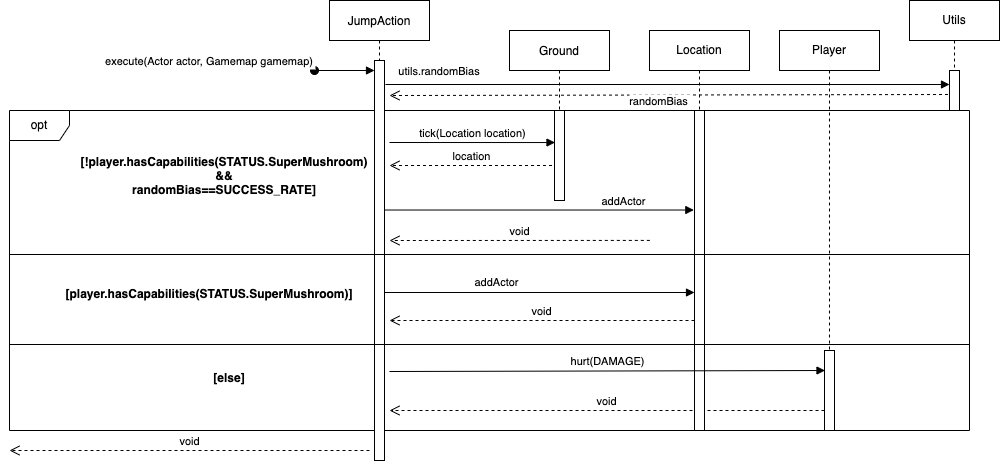
The draw.io diagram design-docs/REQ2_sequencediagram.png in syedzubinhafiz/supermario, before a commit. Source tidied: cells renumbered, new cells last; positions are measured from the earlier drawing's top-left corner, leaving out a move shared by most shapes.
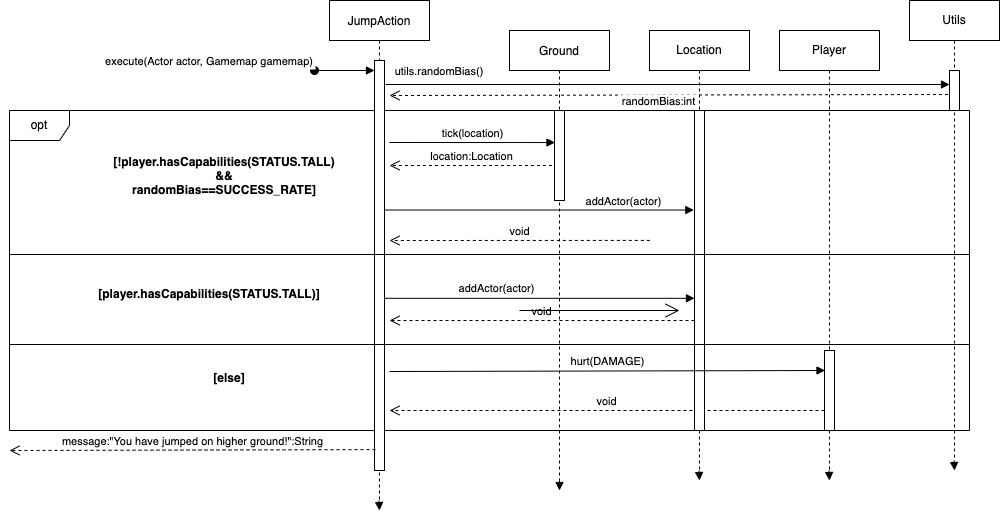
After the commit.

Commit message:
sequence diagrams for req1&2 done

What changed in the source:
```diff
@@ -6,10 +6,10 @@
       <mxGeometry y="110" width="960" height="320" as="geometry" />
     </mxCell>
     <mxCell id="3" value="JumpAction" style="shape=umlLifeline;perimeter=lifelinePerimeter;rounded=0;shadow=0;strokeWidth=1;" parent="1" vertex="1">
-      <mxGeometry x="320" width="100" height="460" as="geometry" />
+      <mxGeometry x="320" width="100" height="500" as="geometry" />
     </mxCell>
     <mxCell id="4" style="points=[];perimeter=orthogonalPerimeter;rounded=0;shadow=0;strokeWidth=1;" parent="3" vertex="1">
-      <mxGeometry x="45" y="60" width="10" height="400" as="geometry" />
+      <mxGeometry x="45" y="60" width="10" height="410" as="geometry" />
     </mxCell>
     <mxCell id="5" value="execute(Actor actor, Gamemap gamemap)" style="verticalAlign=bottom;startArrow=oval;endArrow=block;startSize=8;shadow=0;strokeWidth=1;" parent="3" edge="1" target="4">
       <mxGeometry x="-1" y="-105" relative="1" as="geometry">
@@ -28,32 +28,32 @@
       </mxGeometry>
     </mxCell>
     <mxCell id="8" value="Ground" style="shape=umlLifeline;perimeter=lifelinePerimeter;rounded=0;shadow=0;strokeWidth=1;" parent="1" vertex="1">
-      <mxGeometry x="500" y="30" width="100" height="170" as="geometry" />
+      <mxGeometry x="500" y="30" width="100" height="450" as="geometry" />
     </mxCell>
     <mxCell id="9" style="points=[];perimeter=orthogonalPerimeter;rounded=0;shadow=0;strokeWidth=1;" parent="8" vertex="1">
       <mxGeometry x="45" y="80" width="10" height="90" as="geometry" />
     </mxCell>
-    <mxCell id="10" value="[!player.hasCapabilities(STATUS.SuperMushroom)&#10;&amp;&amp;&#10;randomBias==SUCCESS_RATE]" style="text;align=center;fontStyle=1;verticalAlign=middle;spacingLeft=3;spacingRight=3;strokeColor=none;" parent="1" vertex="1">
+    <mxCell id="10" value="[!player.hasCapabilities(STATUS.TALL)&#10;&amp;&amp;&#10;randomBias==SUCCESS_RATE]" style="text;align=center;fontStyle=1;verticalAlign=middle;spacingLeft=3;spacingRight=3;strokeColor=none;" parent="1" vertex="1">
       <mxGeometry x="180" y="170" width="70" height="10" as="geometry" />
     </mxCell>
     <mxCell id="11" value="Location" style="shape=umlLifeline;perimeter=lifelinePerimeter;whiteSpace=wrap;html=1;outlineConnect=0;" parent="1" vertex="1">
-      <mxGeometry x="640" y="30" width="100" height="400" as="geometry" />
+      <mxGeometry x="640" y="30" width="100" height="440" as="geometry" />
     </mxCell>
     <mxCell id="12" style="html=1;points=[];perimeter=orthogonalPerimeter;" parent="11" vertex="1">
       <mxGeometry x="45" y="80" width="10" height="320" as="geometry" />
     </mxCell>
-    <mxCell id="13" value="location" style="html=1;verticalAlign=bottom;endArrow=open;dashed=1;endSize=8;rounded=0;exitX=-0.25;exitY=0.611;exitDx=0;exitDy=0;exitPerimeter=0;" parent="1" edge="1" source="9">
+    <mxCell id="13" value="location:Location" style="html=1;verticalAlign=bottom;endArrow=open;dashed=1;endSize=8;rounded=0;exitX=-0.25;exitY=0.611;exitDx=0;exitDy=0;exitPerimeter=0;" parent="1" edge="1" source="9">
       <mxGeometry relative="1" as="geometry">
         <mxPoint x="380" y="165" as="targetPoint" />
       </mxGeometry>
     </mxCell>
-    <mxCell id="14" value="tick(Location location)" style="html=1;verticalAlign=bottom;endArrow=block;rounded=0;entryX=0.05;entryY=0.356;entryDx=0;entryDy=0;entryPerimeter=0;" parent="1" edge="1" target="9">
+    <mxCell id="14" value="tick(location)" style="html=1;verticalAlign=bottom;endArrow=block;rounded=0;entryX=0.05;entryY=0.356;entryDx=0;entryDy=0;entryPerimeter=0;" parent="1" edge="1" target="9">
       <mxGeometry relative="1" as="geometry">
         <mxPoint x="380" y="142" as="sourcePoint" />
       </mxGeometry>
     </mxCell>
     <mxCell id="15" value="Player" style="shape=umlLifeline;perimeter=lifelinePerimeter;whiteSpace=wrap;html=1;outlineConnect=0;" parent="1" vertex="1">
-      <mxGeometry x="770" y="30" width="100" height="400" as="geometry" />
+      <mxGeometry x="770" y="30" width="100" height="440" as="geometry" />
     </mxCell>
     <mxCell id="16" style="html=1;points=[];perimeter=orthogonalPerimeter;" parent="15" vertex="1">
       <mxGeometry x="45" y="320" width="10" height="80" as="geometry" />
@@ -64,11 +64,11 @@
     <mxCell id="18" style="line;strokeWidth=1;fillColor=none;align=left;verticalAlign=middle;spacingTop=-1;spacingLeft=3;spacingRight=3;labelPosition=right;" parent="1" vertex="1">
       <mxGeometry y="340" width="960" height="8" as="geometry" />
     </mxCell>
-    <mxCell id="19" value="addActor" style="html=1;verticalAlign=bottom;endArrow=block;rounded=0;exitX=1;exitY=0.58;exitDx=0;exitDy=0;exitPerimeter=0;" parent="1" edge="1" source="4" target="12">
+    <mxCell id="19" value="addActor(actor)" style="html=1;verticalAlign=bottom;endArrow=block;rounded=0;exitX=1;exitY=0.58;exitDx=0;exitDy=0;exitPerimeter=0;" parent="1" edge="1" source="4" target="12">
       <mxGeometry x="-0.28" y="1" relative="1" as="geometry" />
     </mxCell>
     <mxCell id="20" value="Utils" style="shape=umlLifeline;perimeter=lifelinePerimeter;whiteSpace=wrap;html=1;outlineConnect=0;" parent="1" vertex="1">
-      <mxGeometry x="900" width="90" height="110" as="geometry" />
+      <mxGeometry x="900" width="90" height="460" as="geometry" />
     </mxCell>
     <mxCell id="21" style="html=1;points=[];perimeter=orthogonalPerimeter;" parent="20" vertex="1">
       <mxGeometry x="40" y="70" width="10" height="40" as="geometry" />
@@ -76,10 +76,10 @@
     <mxCell id="22" value="[else]" style="text;align=center;fontStyle=1;verticalAlign=middle;spacingLeft=3;spacingRight=3;strokeColor=none;" parent="1" vertex="1">
       <mxGeometry x="180" y="364" width="80" height="26" as="geometry" />
     </mxCell>
-    <mxCell id="23" value="[player.hasCapabilities(STATUS.SuperMushroom)]" style="text;align=center;fontStyle=1;verticalAlign=middle;spacingLeft=3;spacingRight=3;strokeColor=none;" parent="1" vertex="1">
+    <mxCell id="23" value="[player.hasCapabilities(STATUS.TALL)]" style="text;align=center;fontStyle=1;verticalAlign=middle;spacingLeft=3;spacingRight=3;strokeColor=none;" parent="1" vertex="1">
       <mxGeometry x="160" y="280" width="80" height="26" as="geometry" />
     </mxCell>
-    <mxCell id="24" value="addActor" style="html=1;verticalAlign=bottom;endArrow=block;rounded=0;entryX=-0.067;entryY=0.311;entryDx=0;entryDy=0;entryPerimeter=0;" parent="1" edge="1" source="4" target="12">
+    <mxCell id="24" value="addActor(actor)" style="html=1;verticalAlign=bottom;endArrow=block;rounded=0;entryX=-0.067;entryY=0.311;entryDx=0;entryDy=0;entryPerimeter=0;" parent="1" edge="1" source="4" target="12">
       <mxGeometry x="0.55" relative="1" as="geometry" />
     </mxCell>
     <mxCell id="25" value="hurt(DAMAGE)" style="html=1;verticalAlign=bottom;endArrow=block;rounded=0;entryX=0.05;entryY=0.25;entryDx=0;entryDy=0;entryPerimeter=0;" parent="1" edge="1" target="16">
@@ -87,13 +87,13 @@
         <mxPoint x="380" y="371" as="sourcePoint" />
       </mxGeometry>
     </mxCell>
-    <mxCell id="26" value="utils.randomBias" style="verticalAlign=bottom;endArrow=block;shadow=0;strokeWidth=1;exitX=0.6;exitY=1.1;exitDx=0;exitDy=0;exitPerimeter=0;" parent="1" edge="1">
+    <mxCell id="26" value="utils.randomBias()" style="verticalAlign=bottom;endArrow=block;shadow=0;strokeWidth=1;exitX=0.6;exitY=1.1;exitDx=0;exitDy=0;exitPerimeter=0;" parent="1" edge="1">
       <mxGeometry x="-0.81" y="4" relative="1" as="geometry">
         <mxPoint x="376" y="84" as="sourcePoint" />
         <mxPoint x="940" y="84" as="targetPoint" />
       </mxGeometry>
     </mxCell>
-    <mxCell id="27" value="randomBias" style="verticalAlign=bottom;endArrow=open;dashed=1;endSize=8;shadow=0;strokeWidth=1;exitX=-0.15;exitY=0.6;exitDx=0;exitDy=0;exitPerimeter=0;" parent="1" edge="1" source="21">
+    <mxCell id="27" value="randomBias:int" style="verticalAlign=bottom;endArrow=open;dashed=1;endSize=8;shadow=0;strokeWidth=1;exitX=-0.15;exitY=0.6;exitDx=0;exitDy=0;exitPerimeter=0;" parent="1" edge="1" source="21">
       <mxGeometry x="0.03" y="15" relative="1" as="geometry">
         <mxPoint x="380" y="95" as="targetPoint" />
       </mxGeometry>
@@ -103,11 +103,42 @@
         <mxPoint x="380" y="320" as="targetPoint" />
       </mxGeometry>
     </mxCell>
-    <mxCell id="29" value="void" style="html=1;verticalAlign=bottom;endArrow=open;dashed=1;endSize=8;rounded=0;" parent="1" edge="1">
+    <mxCell id="29" value="message:&quot;You have jumped on higher ground!&quot;:String" style="html=1;verticalAlign=bottom;endArrow=open;dashed=1;endSize=8;rounded=0;exitX=0.1;exitY=0.949;exitDx=0;exitDy=0;exitPerimeter=0;" parent="1" edge="1" source="4">
       <mxGeometry relative="1" as="geometry">
-        <mxPoint x="360" y="450" as="sourcePoint" />
         <mxPoint y="450" as="targetPoint" />
       </mxGeometry>
     </mxCell>
+    <mxCell id="30" style="endArrow=open;endFill=1;endSize=12;html=1;rounded=0;" parent="1" edge="1">
+      <mxGeometry relative="1" as="geometry">
+        <mxPoint x="510" y="310" as="sourcePoint" />
+        <mxPoint x="670" y="310" as="targetPoint" />
+      </mxGeometry>
+    </mxCell>
+    <mxCell id="31" style="html=1;verticalAlign=bottom;endArrow=block;rounded=0;" parent="1" edge="1" source="3">
+      <mxGeometry relative="1" as="geometry">
+        <mxPoint x="370" y="510" as="targetPoint" />
+      </mxGeometry>
+    </mxCell>
+    <mxCell id="32" style="html=1;verticalAlign=bottom;endArrow=block;rounded=0;" parent="1" edge="1">
+      <mxGeometry relative="1" as="geometry">
+        <mxPoint x="550" y="480" as="sourcePoint" />
+        <mxPoint x="550" y="490" as="targetPoint" />
+      </mxGeometry>
+    </mxCell>
+    <mxCell id="33" style="html=1;verticalAlign=bottom;endArrow=block;rounded=0;" parent="1" edge="1" source="11">
+      <mxGeometry relative="1" as="geometry">
+        <mxPoint x="690" y="480" as="targetPoint" />
+      </mxGeometry>
+    </mxCell>
+    <mxCell id="34" style="html=1;verticalAlign=bottom;endArrow=block;rounded=0;" parent="1" edge="1" source="15">
+      <mxGeometry relative="1" as="geometry">
+        <mxPoint x="820" y="480" as="targetPoint" />
+      </mxGeometry>
+    </mxCell>
+    <mxCell id="35" style="html=1;verticalAlign=bottom;endArrow=block;rounded=0;" parent="1" edge="1" source="20">
+      <mxGeometry relative="1" as="geometry">
+        <mxPoint x="945" y="470" as="targetPoint" />
+      </mxGeometry>
+    </mxCell>
   </root>
 </mxGraphModel>
```
